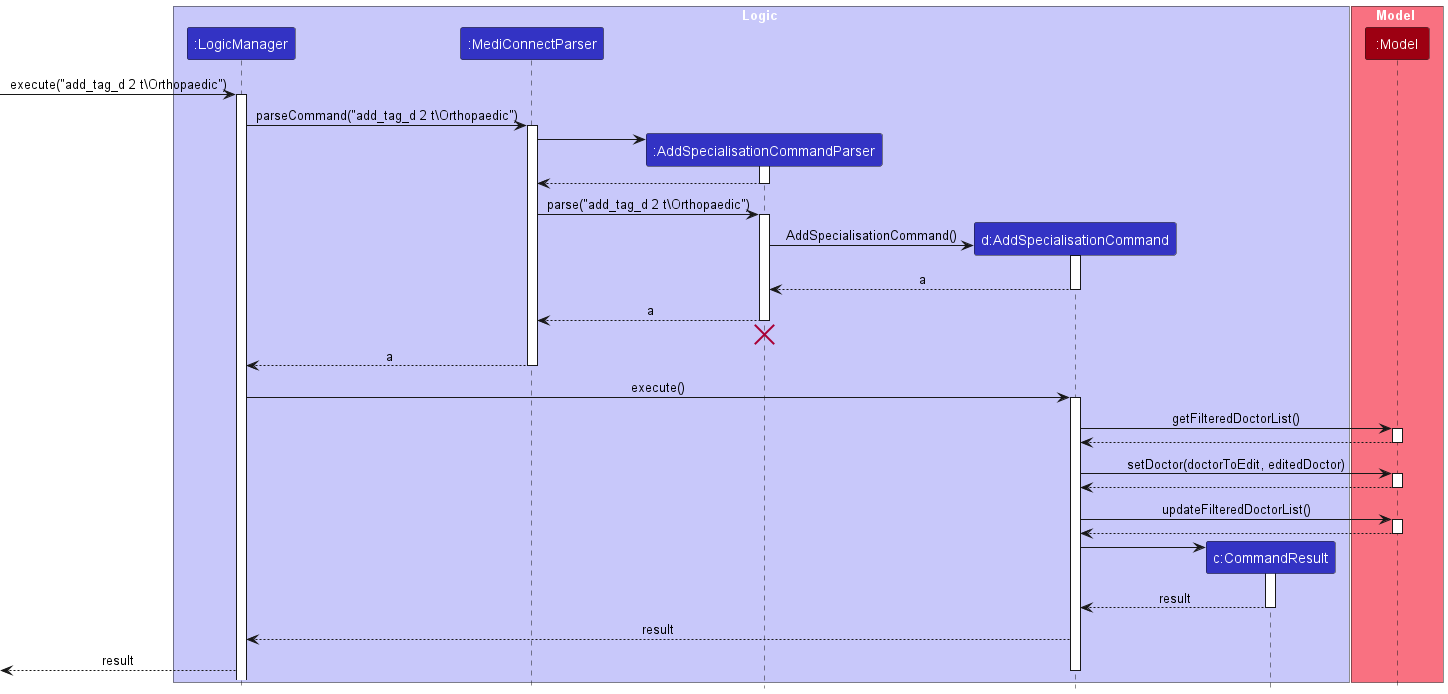
Before: docs/images/AddSpecialisationSequenceDiagram.png, a diagram exported from PlantUML (yanghengtang/tp).
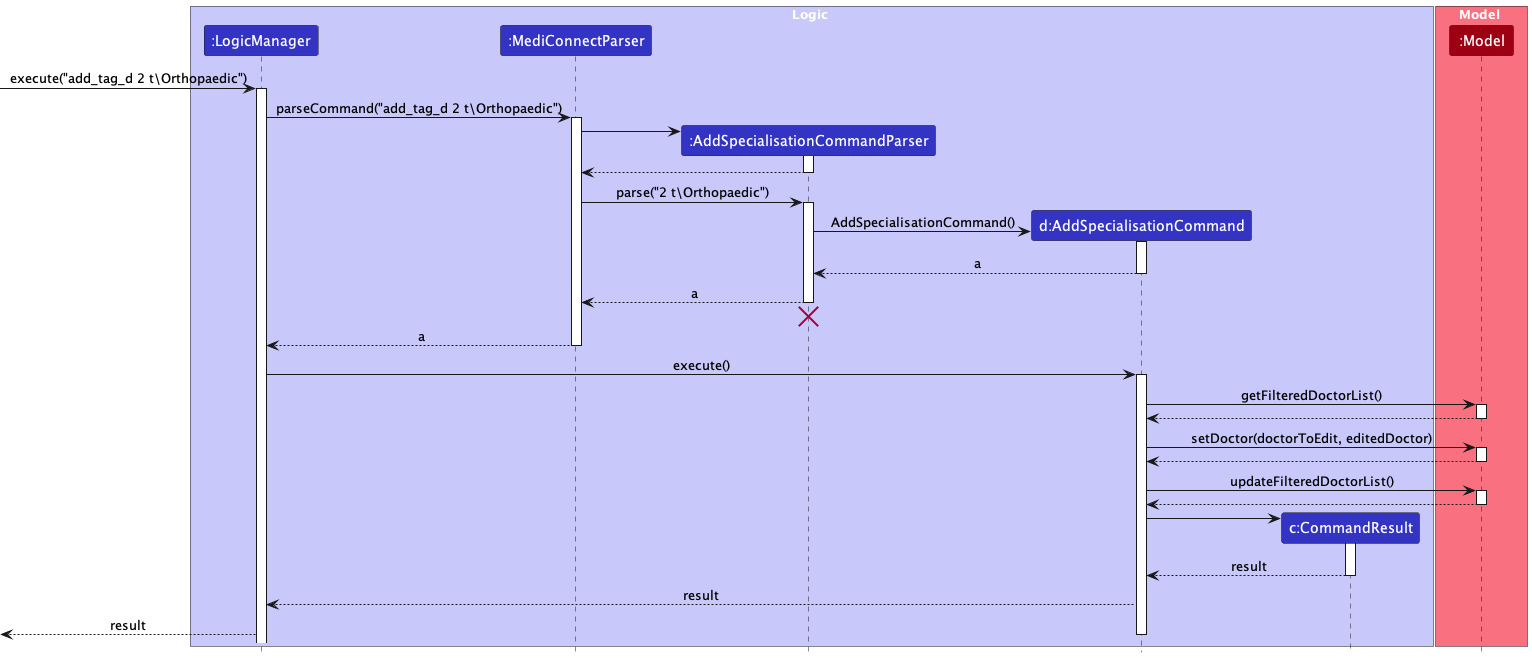
After the change.

Change to the diagram source:
```diff
@@ -27,7 +27,7 @@
 AddSpecialisationCommandParser --> MediConnectParser
 deactivate AddSpecialisationCommandParser
 
-MediConnectParser -> AddSpecialisationCommandParser : parse("add_tag_d 2 t\Orthopaedic")
+MediConnectParser -> AddSpecialisationCommandParser : parse("2 t\Orthopaedic")
 activate AddSpecialisationCommandParser
 
 
```
